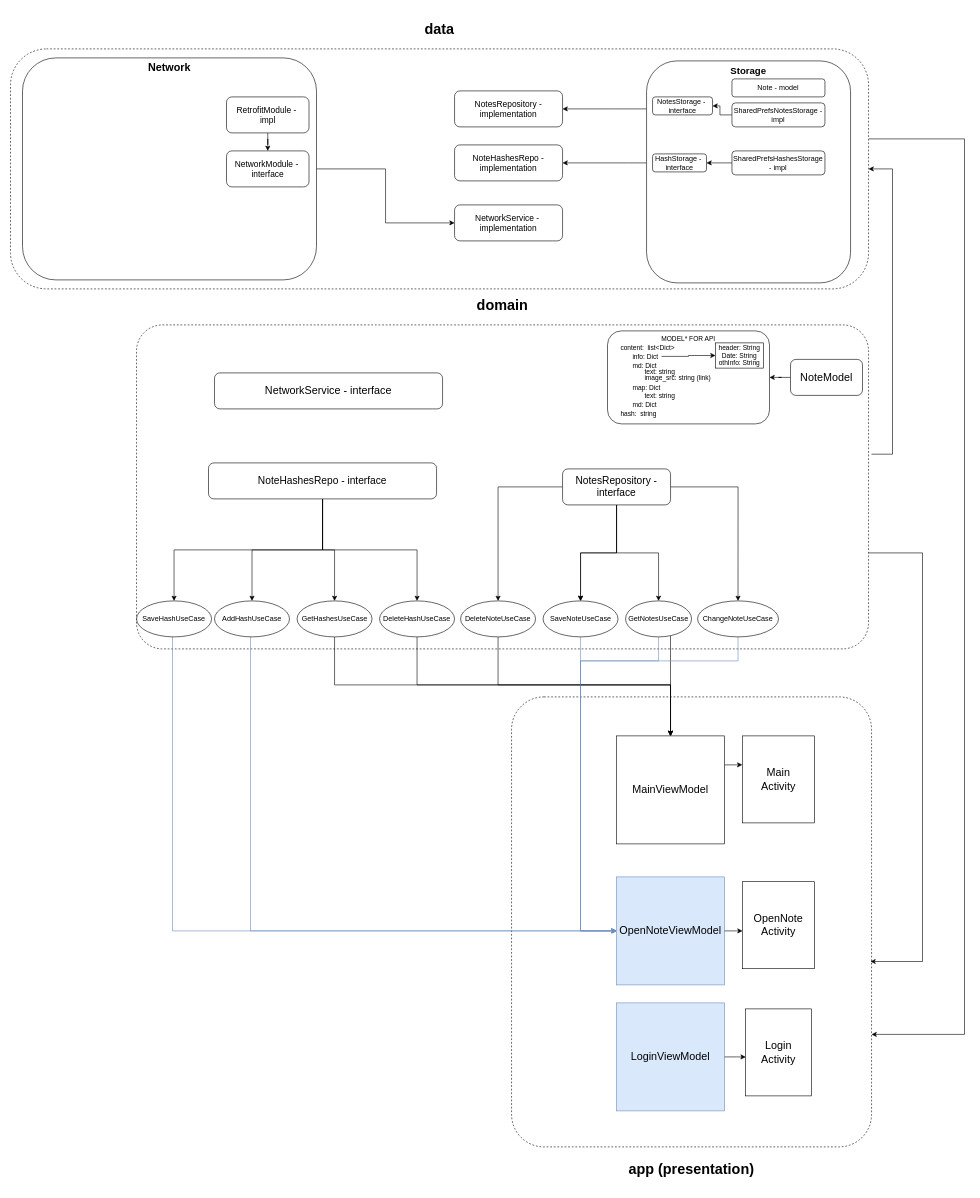
Before: ArchitectureDiagram.drawio in solutions-architects/anynote_android, a draw.io diagram. Source tidied: cells renumbered, new cells numbered last; positions are measured from the earlier drawing's top-left corner, leaving out a move shared by most shapes. Both pictures are drawn from the tidied source at 60%, with x=0, y=0 at pixel (10, 49).
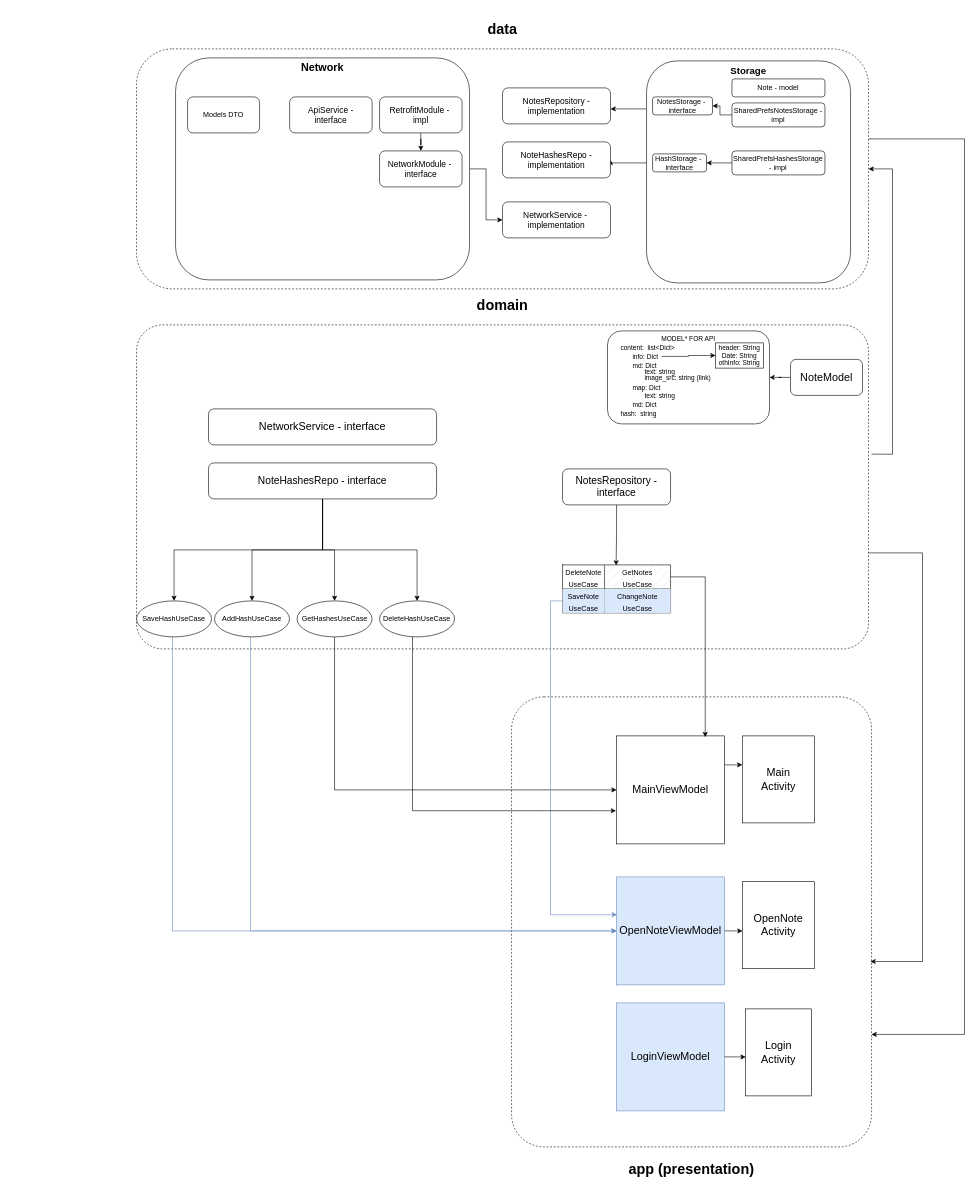
Above is the later version.

Unchanged cells that the change refers to:
```xml
<mxCell id="10" value="MainViewModel" style="whiteSpace=wrap;html=1;fontSize=18;" parent="1" vertex="1">
  <mxGeometry x="1010.1" y="1145" width="180" height="180" as="geometry" />
</mxCell>
<mxCell id="23" value="NotesRepository - interface" style="rounded=1;whiteSpace=wrap;html=1;fontSize=17;" parent="1" vertex="1">
  <mxGeometry x="920.1" y="700" width="180" height="60" as="geometry" />
</mxCell>
<mxCell id="41" value="GetHashesUseCase" style="ellipse;whiteSpace=wrap;html=1;" parent="1" vertex="1">
  <mxGeometry x="477.6" y="920" width="125" height="60" as="geometry" />
</mxCell>
<mxCell id="47" value="DeleteHashUseCase" style="ellipse;whiteSpace=wrap;html=1;" parent="1" vertex="1">
  <mxGeometry x="615.1" y="920" width="125" height="60" as="geometry" />
</mxCell>
<mxCell id="52" value="OpenNoteViewModel" style="whiteSpace=wrap;html=1;fontSize=18;fillColor=#dae8fc;strokeColor=#6c8ebf;" parent="1" vertex="1">
  <mxGeometry x="1010.1" y="1380" width="180" height="180" as="geometry" />
</mxCell>
```

Diff of the diagram source:
```diff
@@
     <mxCell id="7" value="&lt;h1&gt;data&lt;/h1&gt;" style="rounded=1;whiteSpace=wrap;html=1;dashed=1;verticalAlign=bottom;labelPosition=center;verticalLabelPosition=top;align=center;" parent="1" vertex="1">
-      <mxGeometry width="1430.1" height="400" as="geometry" />
+      <mxGeometry x="210" width="1220.1" height="400" as="geometry" />
     </mxCell>
@@
-    <mxCell id="13" style="edgeStyle=orthogonalEdgeStyle;rounded=0;jettySize=auto;html=1;" parent="1" edge="1" source="15" target="10">
-      <mxGeometry relative="1" as="geometry">
-        <Array as="points">
-          <mxPoint x="1100" y="1020" />
-          <mxPoint x="1100" y="1020" />
-        </Array>
-      </mxGeometry>
-    </mxCell>
-    <mxCell id="14" style="edgeStyle=orthogonalEdgeStyle;rounded=0;jettySize=auto;html=1;entryX=0;entryY=0.5;entryDx=0;entryDy=0;fillColor=#dae8fc;strokeColor=#6c8ebf;" parent="1" edge="1" source="15" target="52">
-      <mxGeometry relative="1" as="geometry">
-        <Array as="points">
-          <mxPoint x="1080" y="1020" />
-          <mxPoint x="950" y="1020" />
-          <mxPoint x="950" y="1470" />
-        </Array>
-      </mxGeometry>
-    </mxCell>
-    <mxCell id="15" value="GetNotesUseCase" style="ellipse;whiteSpace=wrap;html=1;" parent="1" vertex="1">
-      <mxGeometry x="1025.1" y="920" width="110" height="60" as="geometry" />
-    </mxCell>
-    <mxCell id="16" style="edgeStyle=orthogonalEdgeStyle;rounded=0;jettySize=auto;html=1;entryX=0;entryY=0.5;entryDx=0;entryDy=0;fillColor=#dae8fc;strokeColor=#6c8ebf;" parent="1" edge="1" source="17" target="52">
-      <mxGeometry relative="1" as="geometry">
-        <Array as="points">
-          <mxPoint x="950" y="1470" />
-        </Array>
-      </mxGeometry>
-    </mxCell>
-    <mxCell id="17" value="SaveNoteUseCase" style="ellipse;whiteSpace=wrap;html=1;" parent="1" vertex="1">
-      <mxGeometry x="887.6" y="920" width="125" height="60" as="geometry" />
-    </mxCell>
-    <mxCell id="18" style="edgeStyle=orthogonalEdgeStyle;rounded=0;jettySize=auto;html=1;" parent="1" edge="1" source="23" target="15">
-      <mxGeometry relative="1" as="geometry" />
-    </mxCell>
-    <mxCell id="19" style="edgeStyle=orthogonalEdgeStyle;rounded=0;jettySize=auto;html=1;" parent="1" edge="1" source="23" target="17">
-      <mxGeometry relative="1" as="geometry" />
-    </mxCell>
-    <mxCell id="20" style="edgeStyle=orthogonalEdgeStyle;rounded=0;jettySize=auto;html=1;" parent="1" edge="1" source="23" target="17">
-      <mxGeometry relative="1" as="geometry" />
-    </mxCell>
-    <mxCell id="21" style="edgeStyle=orthogonalEdgeStyle;rounded=0;jettySize=auto;html=1;" parent="1" edge="1" source="23" target="49">
-      <mxGeometry relative="1" as="geometry" />
-    </mxCell>
-    <mxCell id="22" style="edgeStyle=orthogonalEdgeStyle;rounded=0;jettySize=auto;html=1;entryX=0.5;entryY=0;entryDx=0;entryDy=0;" parent="1" edge="1" source="23" target="58">
-      <mxGeometry relative="1" as="geometry" />
-    </mxCell>
@@
     <mxCell id="24" value="NotesRepository - implementation" style="rounded=1;whiteSpace=wrap;html=1;fontSize=14;" parent="1" vertex="1">
-      <mxGeometry x="740.1" y="70" width="180" height="60" as="geometry" />
+      <mxGeometry x="820" y="65" width="180" height="60" as="geometry" />
     </mxCell>
@@
-    <mxCell id="40" style="edgeStyle=orthogonalEdgeStyle;rounded=0;jettySize=auto;html=1;" parent="1" edge="1" source="41" target="10">
+    <mxCell id="40" style="edgeStyle=orthogonalEdgeStyle;rounded=0;jettySize=auto;html=1;entryX=0;entryY=0.5;entryDx=0;entryDy=0;" parent="1" edge="1" source="41" target="10">
       <mxGeometry relative="1" as="geometry">
         <Array as="points">
-          <mxPoint x="540" y="1060" />
-          <mxPoint x="1100" y="1060" />
+          <mxPoint x="540" y="1235" />
         </Array>
       </mxGeometry>
     </mxCell>
@@
     <mxCell id="42" value="NoteHashesRepo - implementation" style="rounded=1;whiteSpace=wrap;html=1;fontSize=14;" parent="1" vertex="1">
-      <mxGeometry x="740.1" y="160" width="180" height="60" as="geometry" />
+      <mxGeometry x="820" y="155" width="180" height="60" as="geometry" />
     </mxCell>
@@
-    <mxCell id="46" style="edgeStyle=orthogonalEdgeStyle;rounded=0;jettySize=auto;html=1;entryX=0.5;entryY=0;entryDx=0;entryDy=0;" parent="1" edge="1" source="47" target="10">
-      <mxGeometry relative="1" as="geometry">
-        <Array as="points">
-          <mxPoint x="678" y="1060" />
-          <mxPoint x="1100" y="1060" />
-        </Array>
-      </mxGeometry>
-    </mxCell>
@@
-    <mxCell id="48" style="edgeStyle=orthogonalEdgeStyle;rounded=0;jettySize=auto;html=1;" parent="1" edge="1" source="49" target="10">
-      <mxGeometry relative="1" as="geometry">
-        <Array as="points">
-          <mxPoint x="813" y="1060" />
-          <mxPoint x="1100" y="1060" />
-        </Array>
-      </mxGeometry>
-    </mxCell>
-    <mxCell id="49" value="Dele&lt;span style=&quot;background-color: initial;&quot;&gt;teNoteUseCase&lt;/span&gt;" style="ellipse;whiteSpace=wrap;html=1;" parent="1" vertex="1">
-      <mxGeometry x="750.1" y="920" width="125" height="60" as="geometry" />
-    </mxCell>
@@
-    <mxCell id="57" style="edgeStyle=orthogonalEdgeStyle;rounded=0;jettySize=auto;html=1;entryX=0;entryY=0.5;entryDx=0;entryDy=0;fillColor=#dae8fc;strokeColor=#6c8ebf;" parent="1" edge="1" source="58" target="52">
-      <mxGeometry relative="1" as="geometry">
-        <Array as="points">
-          <mxPoint x="1213" y="1020" />
-          <mxPoint x="950" y="1020" />
-          <mxPoint x="950" y="1470" />
-        </Array>
-      </mxGeometry>
-    </mxCell>
-    <mxCell id="58" value="ChangeNoteUseCase" style="ellipse;whiteSpace=wrap;html=1;" parent="1" vertex="1">
-      <mxGeometry x="1145.1" y="920" width="134.9" height="60" as="geometry" />
-    </mxCell>
@@
     <mxCell id="75" value="Network" style="rounded=1;whiteSpace=wrap;html=1;verticalAlign=top;fontSize=18;fontStyle=1;" parent="1" vertex="1">
-      <mxGeometry x="20" y="15" width="490" height="370" as="geometry" />
+      <mxGeometry x="275.1" y="15" width="490" height="370" as="geometry" />
     </mxCell>
     <mxCell id="76" value="NetworkService&lt;span style=&quot;background-color: initial; font-size: 18px;&quot;&gt;&amp;nbsp;- interface&lt;/span&gt;" style="rounded=1;whiteSpace=wrap;html=1;fontSize=18;" parent="1" vertex="1">
-      <mxGeometry x="340" y="540" width="380.1" height="60" as="geometry" />
+      <mxGeometry x="330" y="600" width="380.1" height="60" as="geometry" />
     </mxCell>
     <mxCell id="77" value="NetworkService&amp;nbsp;-&amp;nbsp;&lt;div style=&quot;font-size: 14px;&quot;&gt;implementation&lt;/div&gt;" style="rounded=1;whiteSpace=wrap;html=1;fontSize=14;" parent="1" vertex="1">
-      <mxGeometry x="740.1" y="260" width="180" height="60" as="geometry" />
+      <mxGeometry x="820" y="255" width="180" height="60" as="geometry" />
     </mxCell>
     <mxCell id="78" value="NetworkModule -&amp;nbsp;&lt;div style=&quot;font-size: 14px;&quot;&gt;interface&lt;/div&gt;" style="rounded=1;whiteSpace=wrap;html=1;fontSize=14;" parent="1" vertex="1">
-      <mxGeometry x="360" y="170" width="137.5" height="60" as="geometry" />
+      <mxGeometry x="615.1" y="170" width="137.5" height="60" as="geometry" />
     </mxCell>
@@
     <mxCell id="80" value="RetrofitModule -&amp;nbsp;&lt;div style=&quot;font-size: 14px;&quot;&gt;impl&lt;/div&gt;" style="rounded=1;whiteSpace=wrap;html=1;fontSize=14;" parent="1" vertex="1">
-      <mxGeometry x="360" y="80" width="137.5" height="60" as="geometry" />
+      <mxGeometry x="615.1" y="80" width="137.5" height="60" as="geometry" />
     </mxCell>
+    <mxCell id="81" value="ApiService -&lt;div&gt;interface&lt;/div&gt;" style="rounded=1;whiteSpace=wrap;html=1;fontSize=14;" parent="1" vertex="1">
+      <mxGeometry x="465.2" y="80" width="137.5" height="60" as="geometry" />
+    </mxCell>
+    <mxCell id="82" style="shape=table;startSize=0;childLayout=tableLayout;fontSize=16;" parent="1" vertex="1">
+      <mxGeometry x="920.1" y="860" width="180" height="80" as="geometry" />
+    </mxCell>
+    <mxCell id="83" style="shape=tableRow;horizontal=0;startSize=0;swimlaneHead=0;swimlaneBody=0;strokeColor=inherit;top=0;left=0;bottom=0;right=0;fillColor=none;points=[[0,0.5],[1,0.5]];portConstraint=eastwest;fontSize=16;" parent="82" vertex="1">
+      <mxGeometry width="180" height="40" as="geometry" />
+    </mxCell>
+    <mxCell id="84" value="&lt;span style=&quot;font-size: 12px;&quot;&gt;Dele&lt;/span&gt;&lt;span style=&quot;font-size: 12px; background-color: initial;&quot;&gt;teNote&lt;/span&gt;&lt;div&gt;&lt;span style=&quot;font-size: 12px; background-color: initial;&quot;&gt;UseCase&lt;/span&gt;&lt;/div&gt;" style="shape=partialRectangle;html=1;whiteSpace=wrap;strokeColor=inherit;overflow=hidden;fillColor=none;top=0;left=0;bottom=0;right=0;fontSize=16;" parent="83" vertex="1">
+      <mxGeometry width="70" height="40" as="geometry" />
+    </mxCell>
+    <mxCell id="85" value="&lt;span style=&quot;font-size: 12px;&quot;&gt;GetNotes&lt;/span&gt;&lt;div&gt;&lt;span style=&quot;font-size: 12px;&quot;&gt;UseCase&lt;/span&gt;&lt;/div&gt;" style="shape=partialRectangle;html=1;whiteSpace=wrap;strokeColor=#6c8ebf;overflow=hidden;fillColor=#dae8fc;top=0;left=0;bottom=0;right=0;fontSize=16;fillStyle=hatch;shadow=0;" parent="83" vertex="1">
+      <mxGeometry x="70" width="110" height="40" as="geometry" />
+    </mxCell>
+    <mxCell id="86" style="shape=tableRow;horizontal=0;startSize=0;swimlaneHead=0;swimlaneBody=0;strokeColor=inherit;top=0;left=0;bottom=0;right=0;fillColor=none;points=[[0,0.5],[1,0.5]];portConstraint=eastwest;fontSize=16;" parent="82" vertex="1">
+      <mxGeometry y="40" width="180" height="40" as="geometry" />
+    </mxCell>
+    <mxCell id="87" value="&lt;span style=&quot;font-size: 12px;&quot;&gt;SaveNote&lt;/span&gt;&lt;div&gt;&lt;span style=&quot;font-size: 12px;&quot;&gt;UseCase&lt;/span&gt;&lt;/div&gt;" style="shape=partialRectangle;html=1;whiteSpace=wrap;strokeColor=#6c8ebf;overflow=hidden;fillColor=#dae8fc;top=0;left=0;bottom=0;right=0;fontSize=16;" parent="86" vertex="1">
+      <mxGeometry width="70" height="40" as="geometry" />
+    </mxCell>
+    <mxCell id="88" value="&lt;span style=&quot;font-size: 12px;&quot;&gt;ChangeNote&lt;/span&gt;&lt;div&gt;&lt;span style=&quot;font-size: 12px;&quot;&gt;UseCase&lt;/span&gt;&lt;/div&gt;" style="shape=partialRectangle;html=1;whiteSpace=wrap;strokeColor=#6c8ebf;overflow=hidden;fillColor=#dae8fc;top=0;left=0;bottom=0;right=0;fontSize=16;" parent="86" vertex="1">
+      <mxGeometry x="70" width="110" height="40" as="geometry" />
+    </mxCell>
+    <mxCell id="89" style="edgeStyle=orthogonalEdgeStyle;rounded=0;jettySize=auto;html=1;entryX=0.496;entryY=0.025;entryDx=0;entryDy=0;entryPerimeter=0;" parent="1" edge="1" source="23" target="83">
+      <mxGeometry relative="1" as="geometry" />
+    </mxCell>
+    <mxCell id="90" style="edgeStyle=orthogonalEdgeStyle;rounded=0;jettySize=auto;html=1;entryX=0.821;entryY=0.011;entryDx=0;entryDy=0;entryPerimeter=0;" parent="1" edge="1" source="83" target="10">
+      <mxGeometry relative="1" as="geometry" />
+    </mxCell>
+    <mxCell id="91" style="edgeStyle=orthogonalEdgeStyle;rounded=0;jettySize=auto;html=1;entryX=0.004;entryY=0.35;entryDx=0;entryDy=0;entryPerimeter=0;fillColor=#dae8fc;strokeColor=#6c8ebf;" parent="1" edge="1" source="86" target="52">
+      <mxGeometry relative="1" as="geometry">
+        <Array as="points">
+          <mxPoint x="900" y="920" />
+          <mxPoint x="900" y="1443" />
+        </Array>
+      </mxGeometry>
+    </mxCell>
+    <mxCell id="46" style="edgeStyle=orthogonalEdgeStyle;rounded=0;jettySize=auto;html=1;entryX=-0.005;entryY=0.693;entryDx=0;entryDy=0;entryPerimeter=0;" parent="1" edge="1" source="47" target="10">
+      <mxGeometry relative="1" as="geometry">
+        <Array as="points">
+          <mxPoint x="670" y="1270" />
+        </Array>
+      </mxGeometry>
+    </mxCell>
+    <mxCell id="92" value="Models DTO" style="rounded=1;whiteSpace=wrap;html=1;" parent="1" vertex="1">
+      <mxGeometry x="295.1" y="80" width="120" height="60" as="geometry" />
+    </mxCell>
```
